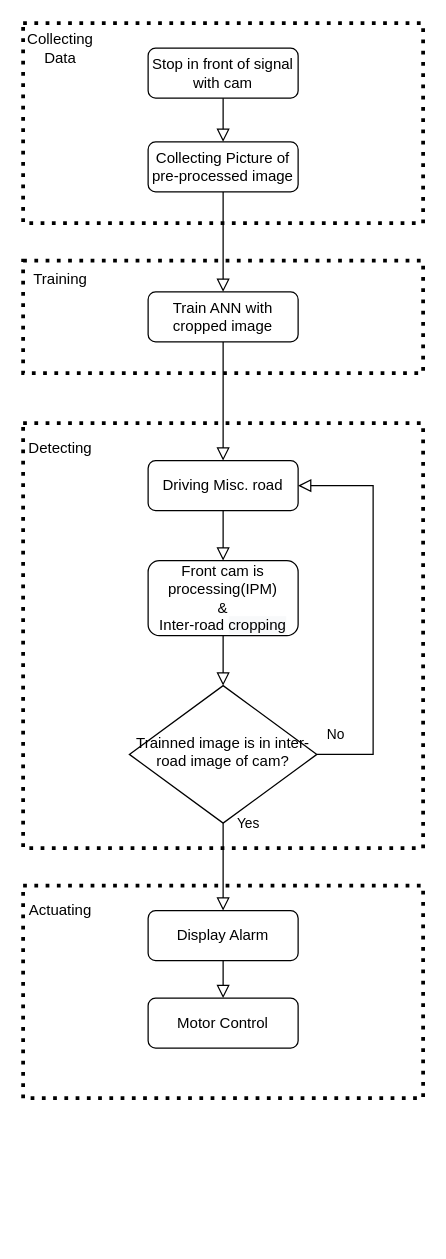
Before: TrafficLight/trafficlight_flowchart.drawio in kjw8118/Mobility_NGV_Team-4, a draw.io diagram. Source tidied: cells renumbered, new cells numbered last; positions are measured from the earlier drawing's top-left corner, leaving out a move shared by most shapes. Both pictures are drawn from the tidied source at 125%, with x=0, y=0 at pixel (22, 22).
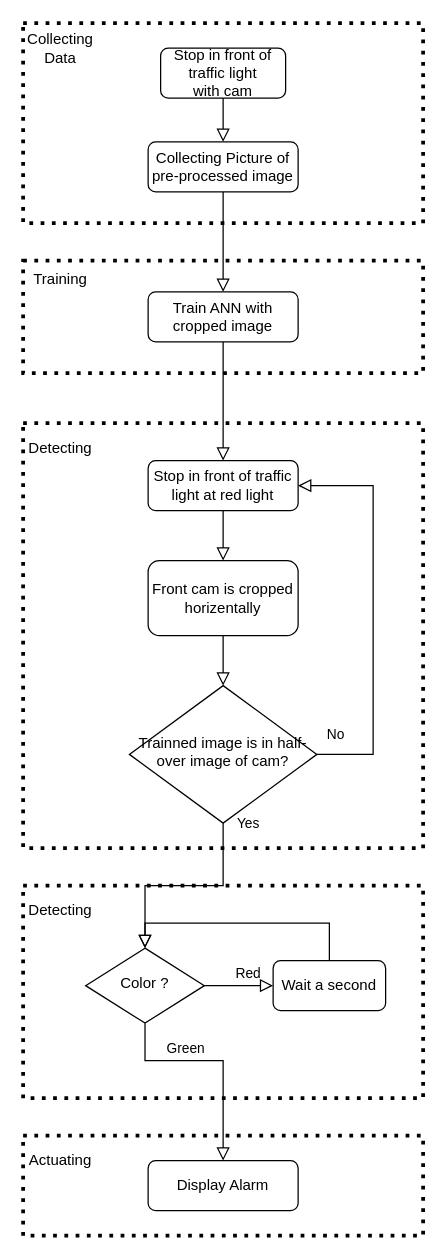
The same page after the edit.

Diff of the diagram source:
```diff
@@
-    <mxCell id="3" value="Stop in front of signal&lt;br&gt;with cam" style="rounded=1;whiteSpace=wrap;html=1;fontSize=12;glass=0;strokeWidth=1;shadow=0;" parent="1" vertex="1">
-      <mxGeometry x="100" y="20" width="120" height="40" as="geometry" />
+    <mxCell id="3" value="Stop in front of traffic light&lt;br&gt;with cam" style="rounded=1;whiteSpace=wrap;html=1;fontSize=12;glass=0;strokeWidth=1;shadow=0;" parent="1" vertex="1">
+      <mxGeometry x="110" y="20" width="100" height="40" as="geometry" />
     </mxCell>
@@
-    <mxCell id="13" value="Driving Misc. road" style="rounded=1;whiteSpace=wrap;html=1;fontSize=12;glass=0;strokeWidth=1;shadow=0;" parent="1" vertex="1">
+    <mxCell id="13" value="Stop in front of traffic light at red light" style="rounded=1;whiteSpace=wrap;html=1;fontSize=12;glass=0;strokeWidth=1;shadow=0;" parent="1" vertex="1">
       <mxGeometry x="100" y="350" width="120" height="40" as="geometry" />
     </mxCell>
@@
-    <mxCell id="15" value="Front cam is processing(IPM)&lt;br&gt;&amp;amp;&lt;br&gt;Inter-road &lt;span style=&quot;display: inline ; float: none ; background-color: rgb(248 , 249 , 250) ; color: rgb(0 , 0 , 0) ; font-family: &amp;#34;helvetica&amp;#34; ; font-size: 12px ; font-style: normal ; font-variant: normal ; font-weight: normal ; letter-spacing: normal ; line-height: 1.2 ; overflow-wrap: normal ; text-align: center ; text-decoration: none ; text-indent: 0px ; text-transform: none ; white-space: normal ; word-spacing: 0px&quot;&gt;cropping&lt;/span&gt;" style="rounded=1;whiteSpace=wrap;html=1;fontSize=12;glass=0;strokeWidth=1;shadow=0;" parent="1" vertex="1">
+    <mxCell id="15" value="Front cam is cropped horizentally" style="rounded=1;whiteSpace=wrap;html=1;fontSize=12;glass=0;strokeWidth=1;shadow=0;" parent="1" vertex="1">
       <mxGeometry x="100" y="430" width="120" height="60" as="geometry" />
     </mxCell>
-    <mxCell id="16" value="Trainned image is in inter-road image of cam?" style="rhombus;whiteSpace=wrap;html=1;shadow=0;fontFamily=Helvetica;fontSize=12;align=center;strokeWidth=1;spacing=6;spacingTop=-4;" parent="1" vertex="1">
+    <mxCell id="16" value="Trainned image is in half-over image of cam?" style="rhombus;whiteSpace=wrap;html=1;shadow=0;fontFamily=Helvetica;fontSize=12;align=center;strokeWidth=1;spacing=6;spacingTop=-4;" parent="1" vertex="1">
       <mxGeometry x="85" y="530" width="150" height="110" as="geometry" />
     </mxCell>
@@
-    <mxCell id="19" value="Yes" style="edgeStyle=orthogonalEdgeStyle;rounded=0;html=1;jettySize=auto;fontSize=11;endArrow=block;endFill=0;endSize=8;strokeWidth=1;shadow=0;labelBackgroundColor=none;exitX=0.5;exitY=1;exitDx=0;exitDy=0;entryX=0.5;entryY=0;entryDx=0;entryDy=0;" parent="1" edge="1" source="16" target="23">
+    <mxCell id="19" value="Yes" style="edgeStyle=orthogonalEdgeStyle;rounded=0;html=1;jettySize=auto;fontSize=11;endArrow=block;endFill=0;endSize=8;strokeWidth=1;shadow=0;labelBackgroundColor=none;exitX=0.5;exitY=1;exitDx=0;exitDy=0;entryX=0.5;entryY=0;entryDx=0;entryDy=0;" parent="1" edge="1" source="16" target="28">
       <mxGeometry x="-1" y="20" relative="1" as="geometry" />
     </mxCell>
@@
-    <mxCell id="22" value="Actuating" style="text;html=1;strokeColor=none;fillColor=none;align=center;verticalAlign=middle;whiteSpace=wrap;rounded=0;dashed=1;dashPattern=1 2;" parent="1" vertex="1">
+    <mxCell id="22" value="Detecting" style="text;html=1;strokeColor=none;fillColor=none;align=center;verticalAlign=middle;whiteSpace=wrap;rounded=0;dashed=1;dashPattern=1 2;" parent="1" vertex="1">
       <mxGeometry x="10" y="700" width="40" height="20" as="geometry" />
     </mxCell>
+    <mxCell id="26" style="rounded=0;whiteSpace=wrap;html=1;dashed=1;dashPattern=1 2;fillColor=none;strokeWidth=3;" parent="1" vertex="1">
+      <mxGeometry y="890" width="320" height="80" as="geometry" />
+    </mxCell>
+    <mxCell id="27" value="Actuating" style="text;html=1;strokeColor=none;fillColor=none;align=center;verticalAlign=middle;whiteSpace=wrap;rounded=0;dashed=1;dashPattern=1 2;" parent="1" vertex="1">
+      <mxGeometry x="10" y="900" width="40" height="20" as="geometry" />
+    </mxCell>
     <mxCell id="23" value="Display Alarm" style="rounded=1;whiteSpace=wrap;html=1;fontSize=12;glass=0;strokeWidth=1;shadow=0;" parent="1" vertex="1">
-      <mxGeometry x="100" y="710" width="120" height="40" as="geometry" />
+      <mxGeometry x="100" y="910" width="120" height="40" as="geometry" />
     </mxCell>
-    <mxCell id="24" value="Motor Control" style="rounded=1;whiteSpace=wrap;html=1;fontSize=12;glass=0;strokeWidth=1;shadow=0;" parent="1" vertex="1">
-      <mxGeometry x="100" y="780" width="120" height="40" as="geometry" />
-    </mxCell>
-    <mxCell id="25" style="rounded=0;html=1;jettySize=auto;fontSize=11;endArrow=block;endFill=0;endSize=8;strokeWidth=1;shadow=0;labelBackgroundColor=none;edgeStyle=orthogonalEdgeStyle;exitX=0.5;exitY=1;exitDx=0;exitDy=0;entryX=0.5;entryY=0;entryDx=0;entryDy=0;" parent="1" edge="1" source="23" target="24">
-      <mxGeometry relative="1" as="geometry" />
-    </mxCell>
+    <mxCell id="28" value="Color ?" style="rhombus;whiteSpace=wrap;html=1;shadow=0;fontFamily=Helvetica;fontSize=12;align=center;strokeWidth=1;spacing=6;spacingTop=-4;" parent="1" vertex="1">
+      <mxGeometry x="50" y="740" width="95" height="60" as="geometry" />
+    </mxCell>
+    <mxCell id="29" value="Wait a second" style="rounded=1;whiteSpace=wrap;html=1;fontSize=12;glass=0;strokeWidth=1;shadow=0;" parent="1" vertex="1">
+      <mxGeometry x="200" y="750" width="90" height="40" as="geometry" />
+    </mxCell>
+    <mxCell id="30" value="Red" style="edgeStyle=orthogonalEdgeStyle;rounded=0;html=1;jettySize=auto;fontSize=11;endArrow=block;endFill=0;endSize=8;strokeWidth=1;shadow=0;labelBackgroundColor=none;exitX=1;exitY=0.5;exitDx=0;exitDy=0;entryX=0;entryY=0.5;entryDx=0;entryDy=0;" parent="1" edge="1" source="28" target="29">
+      <mxGeometry x="0.27" y="10" relative="1" as="geometry" />
+    </mxCell>
+    <mxCell id="31" value="Green" style="edgeStyle=orthogonalEdgeStyle;rounded=0;html=1;jettySize=auto;fontSize=11;endArrow=block;endFill=0;endSize=8;strokeWidth=1;shadow=0;labelBackgroundColor=none;exitX=0.5;exitY=1;exitDx=0;exitDy=0;entryX=0.5;entryY=0;entryDx=0;entryDy=0;" parent="1" edge="1" source="28" target="23">
+      <mxGeometry x="-0.28" y="10" relative="1" as="geometry">
+        <Array as="points">
+          <mxPoint x="98" y="830" />
+          <mxPoint x="160" y="830" />
+        </Array>
+      </mxGeometry>
+    </mxCell>
+    <mxCell id="32" style="rounded=0;html=1;jettySize=auto;fontSize=11;endArrow=block;endFill=0;endSize=8;strokeWidth=1;shadow=0;labelBackgroundColor=none;edgeStyle=orthogonalEdgeStyle;exitX=0.5;exitY=0;exitDx=0;exitDy=0;entryX=0.5;entryY=0;entryDx=0;entryDy=0;" parent="1" edge="1" source="29" target="28">
+      <mxGeometry relative="1" as="geometry">
+        <Array as="points">
+          <mxPoint x="245" y="720" />
+          <mxPoint x="98" y="720" />
+        </Array>
+      </mxGeometry>
+    </mxCell>
```
